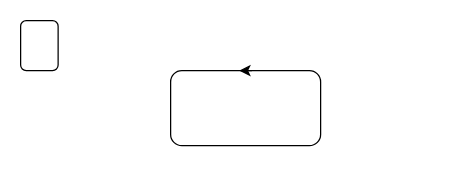
Earlier version of the draw.io diagram 未命名绘图.drawio (starquakee/2023-Group-Project). Source tidied: cells renumbered, new cells numbered last; positions are measured from the earlier drawing's top-left corner, leaving out a move shared by most shapes. Both pictures are drawn from the tidied source at 125%, with x=0, y=0 at pixel (20, 20).
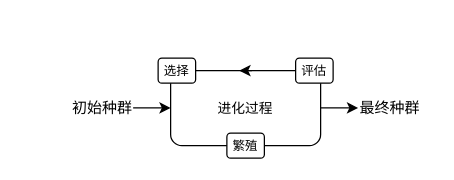
The same page after the edit.

Commit message (it also covers changes not shown here):
更新未命名绘图.drawio

Diff of the diagram source:
```diff
@@
 <mxGraphModel>
   <root>
     <mxCell id="0" />
     <mxCell id="1" parent="0" />
-    <mxCell id="2" style="rounded=1;whiteSpace=wrap;html=1;" parent="1" vertex="1">
+    <mxCell id="2" value="&lt;font style=&quot;font-size: 11px;&quot;&gt;进化过程&lt;/font&gt;" style="rounded=1;whiteSpace=wrap;html=1;" parent="1" vertex="1">
       <mxGeometry x="120" y="40" width="120" height="60" as="geometry" />
     </mxCell>
     <mxCell id="3" style="endArrow=classic;html=1;rounded=0;" parent="1" edge="1">
       <mxGeometry relative="1" as="geometry">
         <mxPoint x="185" y="40" as="sourcePoint" />
         <mxPoint x="175" y="40" as="targetPoint" />
       </mxGeometry>
     </mxCell>
-    <mxCell id="4" style="rounded=1;whiteSpace=wrap;html=1;" parent="1" vertex="1">
-      <mxGeometry width="30" height="40" as="geometry" />
+    <mxCell id="4" value="&lt;font style=&quot;font-size: 10px;&quot;&gt;选择&lt;/font&gt;" style="rounded=1;whiteSpace=wrap;html=1;align=center;" parent="1" vertex="1">
+      <mxGeometry x="110" y="30" width="30" height="20" as="geometry" />
     </mxCell>
+    <mxCell id="5" value="&lt;font style=&quot;font-size: 10px;&quot;&gt;评估&lt;/font&gt;" style="rounded=1;whiteSpace=wrap;html=1;" parent="1" vertex="1">
+      <mxGeometry x="220" y="30" width="30" height="20" as="geometry" />
+    </mxCell>
+    <mxCell id="6" value="&lt;font style=&quot;font-size: 10px;&quot;&gt;繁殖&lt;/font&gt;" style="rounded=1;whiteSpace=wrap;html=1;" parent="1" vertex="1">
+      <mxGeometry x="165" y="90" width="30" height="20" as="geometry" />
+    </mxCell>
+    <mxCell id="7" value="初始种群" style="text;html=1;align=center;verticalAlign=middle;strokeColor=none;fillColor=none;" parent="1" vertex="1">
+      <mxGeometry x="30" y="55" width="70" height="30" as="geometry" />
+    </mxCell>
+    <mxCell id="8" value="最终种群" style="text;html=1;align=center;verticalAlign=middle;strokeColor=none;fillColor=none;" parent="1" vertex="1">
+      <mxGeometry x="260" y="55" width="70" height="30" as="geometry" />
+    </mxCell>
+    <mxCell id="9" style="endArrow=classic;html=1;rounded=0;" parent="1" edge="1">
+      <mxGeometry relative="1" as="geometry">
+        <mxPoint x="90" y="69.8" as="sourcePoint" />
+        <mxPoint x="120" y="69.8" as="targetPoint" />
+        <Array as="points">
+          <mxPoint x="120" y="69.8" />
+        </Array>
+      </mxGeometry>
+    </mxCell>
+    <mxCell id="10" style="endArrow=classic;html=1;rounded=0;" parent="1" edge="1">
+      <mxGeometry relative="1" as="geometry">
+        <mxPoint x="240" y="69.8" as="sourcePoint" />
+        <mxPoint x="270" y="69.8" as="targetPoint" />
+        <Array as="points">
+          <mxPoint x="270" y="69.8" />
+        </Array>
+      </mxGeometry>
+    </mxCell>
   </root>
 </mxGraphModel>
```
